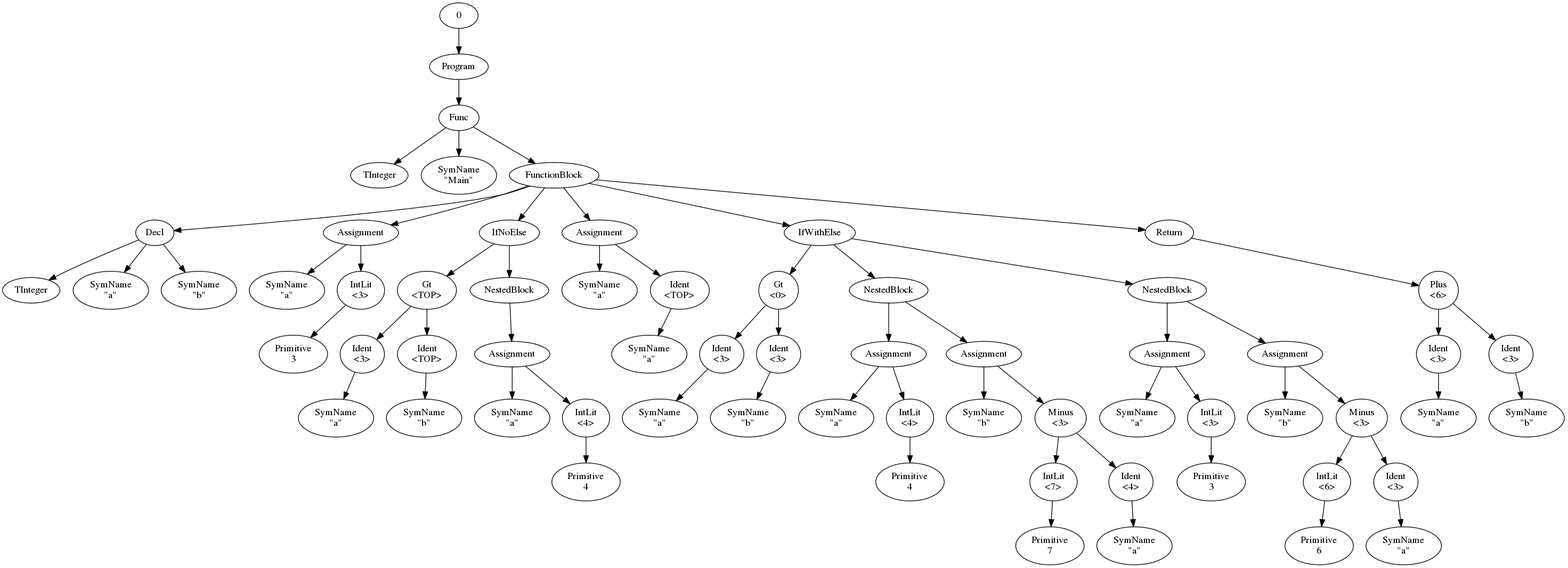
Earlier version of the Graphviz export typecheck/testProgram.png (drewtaylors/cs160). Its source is kept beside it as typecheck/testProgram.dot.
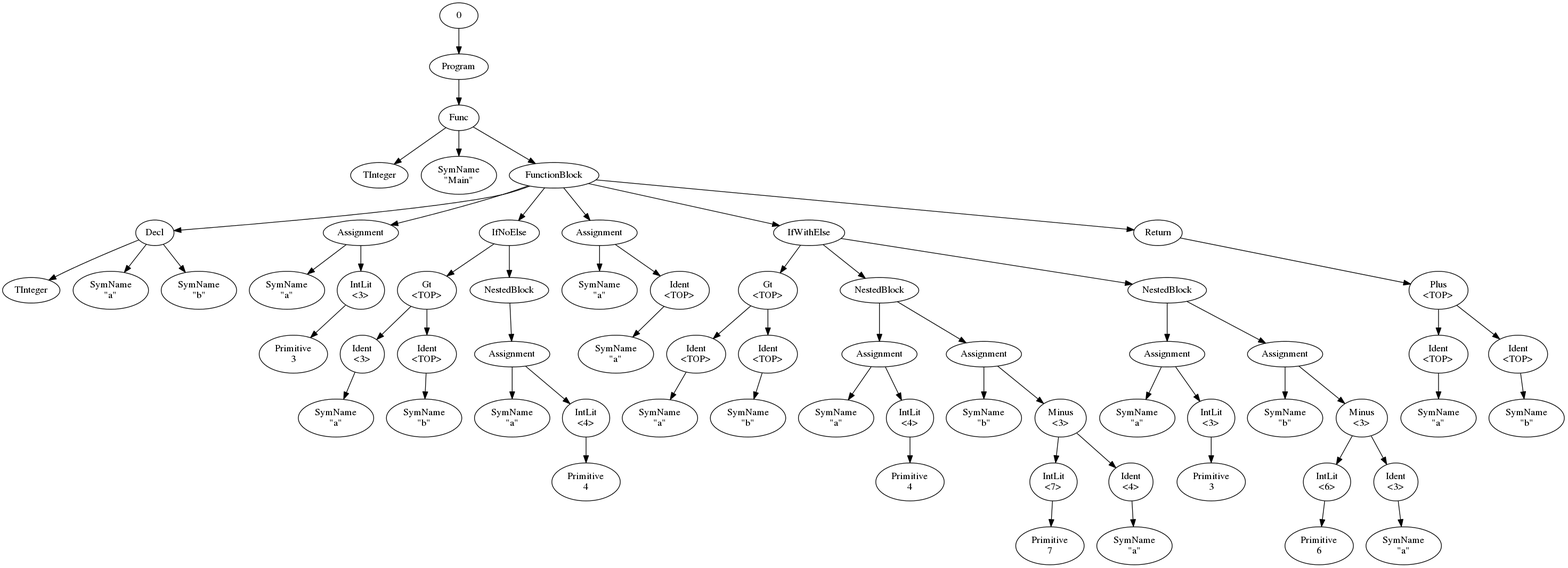
The same diagram one commit later.

The edit, as a diff of the source:
```diff
@@ -57,13 +57,13 @@
 "27" -> "28"
 "29" [label="IfWithElse"]
 "5" -> "29"
-"30" [label="Gt\n<0>"]
+"30" [label="Gt\n<TOP>"]
 "29" -> "30"
-"31" [label="Ident\n<3>"]
+"31" [label="Ident\n<TOP>"]
 "30" -> "31"
 "32" [label="SymName\n\"a\""]
 "31" -> "32"
-"33" [label="Ident\n<3>"]
+"33" [label="Ident\n<TOP>"]
 "30" -> "33"
 "34" [label="SymName\n\"b\""]
 "33" -> "34"
@@ -117,13 +117,13 @@
 "57" -> "58"
 "59" [label="Return"]
 "5" -> "59"
-"60" [label="Plus\n<6>"]
+"60" [label="Plus\n<TOP>"]
 "59" -> "60"
-"61" [label="Ident\n<3>"]
+"61" [label="Ident\n<TOP>"]
 "60" -> "61"
 "62" [label="SymName\n\"a\""]
 "61" -> "62"
-"63" [label="Ident\n<3>"]
+"63" [label="Ident\n<TOP>"]
 "60" -> "63"
 "64" [label="SymName\n\"b\""]
 "63" -> "64"
```
